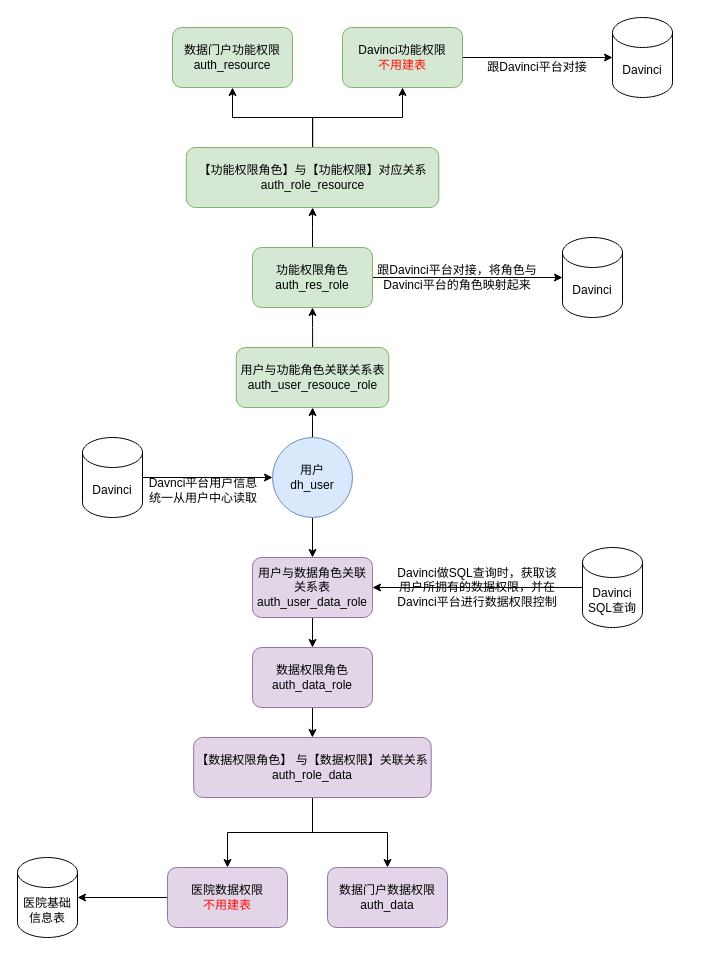
Before: page "权限控制" (2 of 2) of pet_data_warehouse/权限设计.drawio in fangzheng0518/draw, a draw.io diagram. Source tidied: cells renumbered, new cells numbered last; positions are measured from the earlier drawing's top-left corner, leaving out a move shared by most shapes. Both pictures are drawn from the tidied source at 100%, with x=0, y=0 at pixel (17, 17).
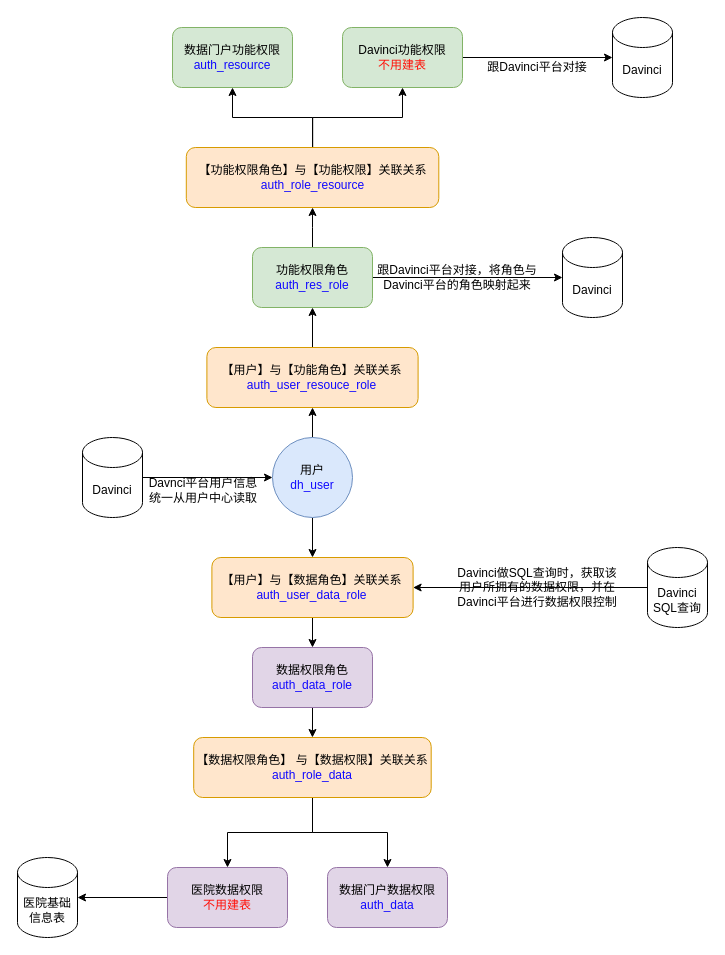
The same diagram, later.

Commit message:
更新权限设计.drawio

Change to the diagram source:
```diff
@@
-    <mxCell id="4" value="用户&lt;br&gt;dh_user" style="ellipse;whiteSpace=wrap;html=1;fillColor=#dae8fc;strokeColor=#6c8ebf;" parent="1" vertex="1">
+    <mxCell id="4" value="用户&lt;br&gt;&lt;font color=&quot;#1008ff&quot;&gt;dh_user&lt;/font&gt;" style="ellipse;whiteSpace=wrap;html=1;fillColor=#dae8fc;strokeColor=#6c8ebf;" parent="1" vertex="1">
       <mxGeometry x="255" y="420" width="80" height="80" as="geometry" />
     </mxCell>
@@
-    <mxCell id="7" value="功能权限角色&lt;br&gt;auth_res_role" style="rounded=1;whiteSpace=wrap;html=1;fillColor=#d5e8d4;strokeColor=#82b366;" parent="1" vertex="1">
+    <mxCell id="7" value="功能权限角色&lt;br&gt;&lt;font color=&quot;#1008ff&quot;&gt;auth_res_role&lt;/font&gt;" style="rounded=1;whiteSpace=wrap;html=1;fillColor=#d5e8d4;strokeColor=#82b366;" parent="1" vertex="1">
       <mxGeometry x="235" y="230" width="120" height="60" as="geometry" />
     </mxCell>
-    <mxCell id="8" value="数据门户功能权限&lt;br&gt;auth_resource" style="rounded=1;whiteSpace=wrap;html=1;fillColor=#d5e8d4;strokeColor=#82b366;" parent="1" vertex="1">
+    <mxCell id="8" value="数据门户功能权限&lt;br&gt;&lt;font color=&quot;#1008ff&quot;&gt;auth_resource&lt;/font&gt;" style="rounded=1;whiteSpace=wrap;html=1;fillColor=#d5e8d4;strokeColor=#82b366;" parent="1" vertex="1">
       <mxGeometry x="155" y="10" width="120" height="60" as="geometry" />
     </mxCell>
@@
-    <mxCell id="10" value="数据权限角色&lt;br&gt;auth_data_role" style="rounded=1;whiteSpace=wrap;html=1;fillColor=#e1d5e7;strokeColor=#9673a6;" parent="1" vertex="1">
+    <mxCell id="10" value="数据权限角色&lt;br&gt;&lt;font color=&quot;#1008ff&quot;&gt;auth_data_role&lt;/font&gt;" style="rounded=1;whiteSpace=wrap;html=1;fillColor=#e1d5e7;strokeColor=#9673a6;" parent="1" vertex="1">
       <mxGeometry x="235" y="630" width="120" height="60" as="geometry" />
     </mxCell>
@@
-    <mxCell id="14" value="用户与功能角色关联关系表&lt;br&gt;auth_user_resouce_role" style="rounded=1;whiteSpace=wrap;html=1;fillColor=#d5e8d4;strokeColor=#82b366;" parent="1" vertex="1">
-      <mxGeometry x="218.8" y="330" width="152.5" height="60" as="geometry" />
+    <mxCell id="14" value="【用户】与【功能角色】关联关系&lt;br&gt;&lt;font color=&quot;#1008ff&quot;&gt;auth_user_resouce_role&lt;/font&gt;" style="rounded=1;whiteSpace=wrap;html=1;fillColor=#ffe6cc;strokeColor=#d79b00;" parent="1" vertex="1">
+      <mxGeometry x="189.4" y="330" width="211.2" height="60" as="geometry" />
     </mxCell>
@@
-    <mxCell id="16" value="用户与数据角色关联关系表&lt;br&gt;auth_user_data_role" style="rounded=1;whiteSpace=wrap;html=1;fillColor=#e1d5e7;strokeColor=#9673a6;" parent="1" vertex="1">
-      <mxGeometry x="235" y="540" width="120" height="60" as="geometry" />
+    <mxCell id="16" value="【用户】与【数据角色】关联关系&lt;br&gt;&lt;font color=&quot;#1008ff&quot;&gt;auth_user_data_role&lt;/font&gt;" style="rounded=1;whiteSpace=wrap;html=1;fillColor=#ffe6cc;strokeColor=#d79b00;" parent="1" vertex="1">
+      <mxGeometry x="194.4" y="540" width="201.2" height="60" as="geometry" />
     </mxCell>
-    <mxCell id="17" value="数据门户数据权限&lt;br&gt;auth_data" style="rounded=1;whiteSpace=wrap;html=1;fillColor=#e1d5e7;strokeColor=#9673a6;" parent="1" vertex="1">
+    <mxCell id="17" value="数据门户数据权限&lt;br&gt;&lt;font color=&quot;#1008ff&quot;&gt;auth_data&lt;/font&gt;" style="rounded=1;whiteSpace=wrap;html=1;fillColor=#e1d5e7;strokeColor=#9673a6;" parent="1" vertex="1">
       <mxGeometry x="310" y="850" width="120" height="60" as="geometry" />
     </mxCell>
@@
     <mxCell id="26" value="&lt;span&gt;Davinci&lt;br&gt;SQL查询&lt;br&gt;&lt;/span&gt;" style="shape=cylinder3;whiteSpace=wrap;html=1;boundedLbl=1;backgroundOutline=1;size=15;" parent="1" vertex="1">
-      <mxGeometry x="565" y="530" width="60" height="80" as="geometry" />
+      <mxGeometry x="630" y="530" width="60" height="80" as="geometry" />
     </mxCell>
     <mxCell id="27" value="Davinci做SQL查询时，获取该用户所拥有的数据权限，并在Davinci平台进行数据权限控制" style="text;html=1;strokeColor=none;fillColor=none;align=center;verticalAlign=middle;whiteSpace=wrap;rounded=0;" parent="1" vertex="1">
-      <mxGeometry x="375" y="560" width="170" height="20" as="geometry" />
+      <mxGeometry x="435" y="560" width="170" height="20" as="geometry" />
     </mxCell>
@@
-    <mxCell id="30" value="【功能权限角色】与【功能权限】对应关系&lt;br&gt;auth_role_resource" style="rounded=1;whiteSpace=wrap;html=1;fillColor=#d5e8d4;strokeColor=#82b366;" parent="1" vertex="1">
+    <mxCell id="30" value="【功能权限角色】与【功能权限】关联关系&lt;br&gt;&lt;font color=&quot;#1008ff&quot;&gt;auth_role_resource&lt;/font&gt;" style="rounded=1;whiteSpace=wrap;html=1;fillColor=#ffe6cc;strokeColor=#d79b00;" parent="1" vertex="1">
       <mxGeometry x="168.8" y="130" width="252.5" height="60" as="geometry" />
     </mxCell>
@@
-    <mxCell id="36" value="【数据权限角色】 与【数据权限】关联关系&lt;br&gt;auth_role_data" style="rounded=1;whiteSpace=wrap;html=1;fillColor=#e1d5e7;strokeColor=#9673a6;" parent="1" vertex="1">
+    <mxCell id="36" value="【数据权限角色】 与【数据权限】关联关系&lt;br&gt;&lt;font color=&quot;#1008ff&quot;&gt;auth_role_data&lt;/font&gt;" style="rounded=1;whiteSpace=wrap;html=1;fillColor=#ffe6cc;strokeColor=#d79b00;" parent="1" vertex="1">
       <mxGeometry x="176.2" y="720" width="237.5" height="60" as="geometry" />
     </mxCell>
```
